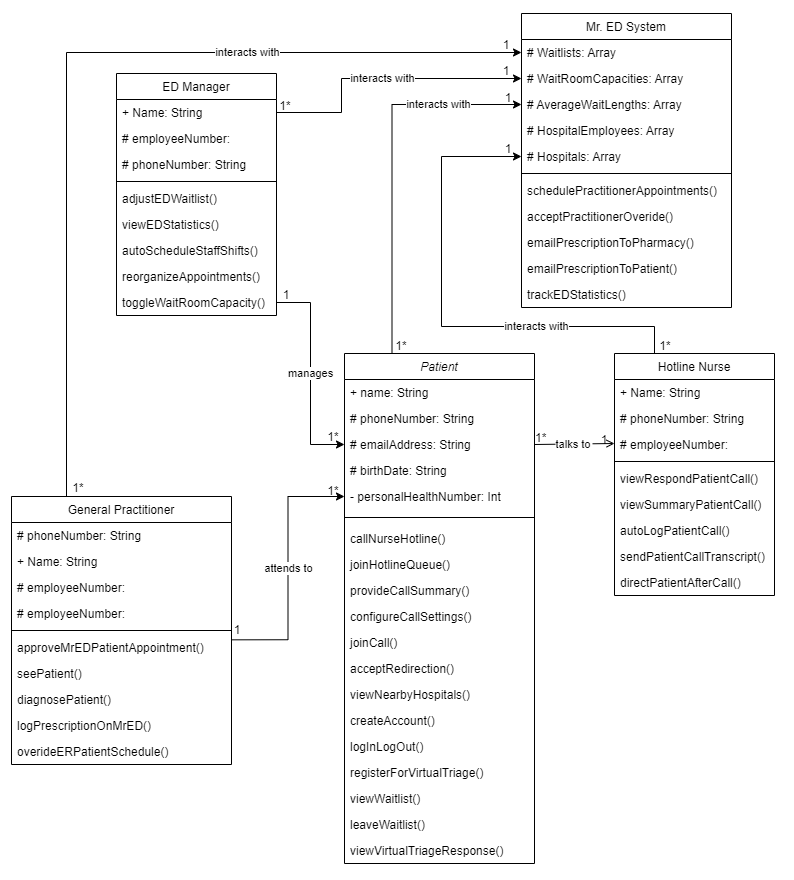
Before: AmirWork/M2/Mister_ED_ClassDiagram.drawio.png, a diagram exported from draw.io (SENG-350-2024-fall/Team9). Source tidied: cells renumbered, new cells last; positions are measured from the earlier drawing's top-left corner, leaving out a move shared by most shapes.
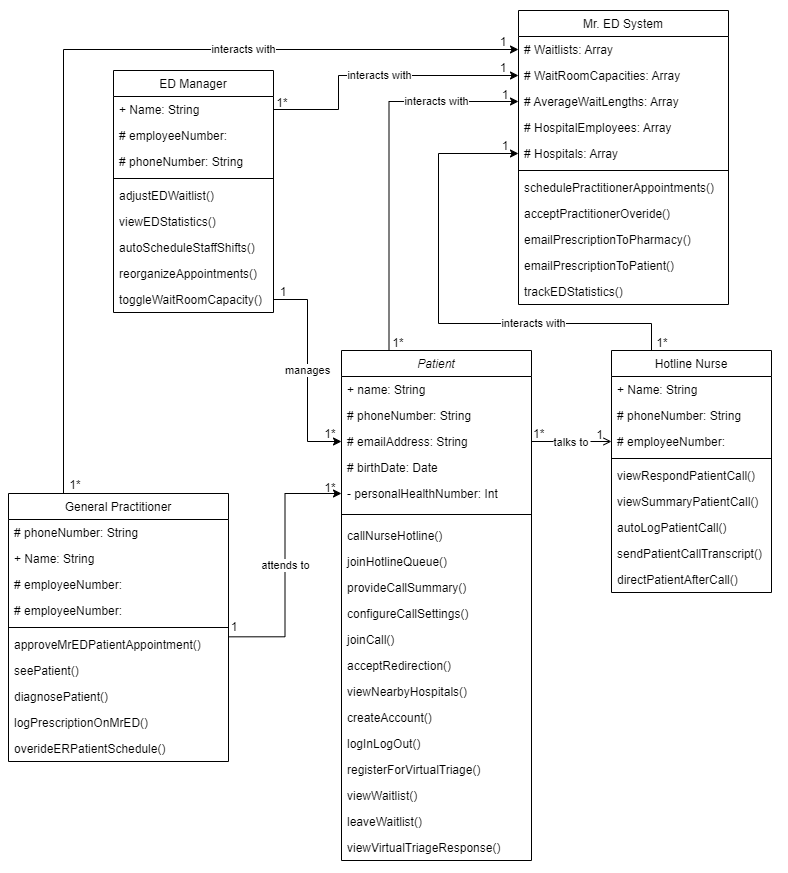
The same diagram one commit later.

The edit, as a diff of the source:
```diff
@@ -30,7 +30,7 @@
     <mxCell id="9" value="# emailAddress: String" style="text;align=left;verticalAlign=top;spacingLeft=4;spacingRight=4;overflow=hidden;points=[[0,0.5],[1,0.5]];portConstraint=eastwest;rounded=0;shadow=0;html=0;" parent="6" vertex="1">
       <mxGeometry y="78" width="190" height="26" as="geometry" />
     </mxCell>
-    <mxCell id="10" value="# birthDate: String" style="text;align=left;verticalAlign=top;spacingLeft=4;spacingRight=4;overflow=hidden;" parent="6" vertex="1">
+    <mxCell id="10" value="# birthDate: Date" style="text;align=left;verticalAlign=top;spacingLeft=4;spacingRight=4;overflow=hidden;" parent="6" vertex="1">
       <mxGeometry y="104" width="190" height="26" as="geometry" />
     </mxCell>
     <mxCell id="11" value="- personalHealthNumber: Int" style="text;align=left;verticalAlign=top;spacingLeft=4;spacingRight=4;overflow=hidden;points=[[0,0.5],[1,0.5]];portConstraint=eastwest;" parent="6" vertex="1">
```
